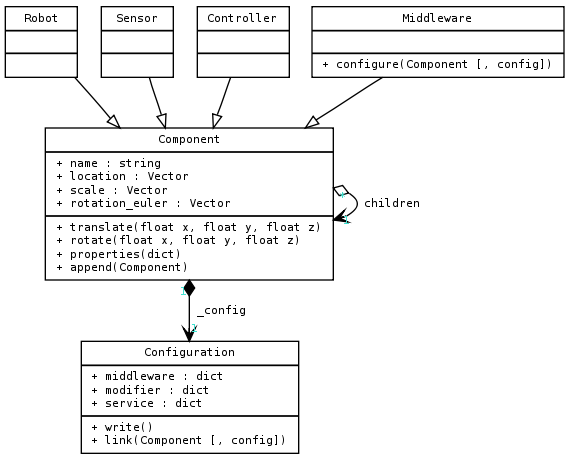
Above: doc/media/morsebuilder_uml.png in morse-simulator/morse (Graphviz), before the change. Its source is kept beside it as doc/morse/dev/morsebuilder_uml.dot.
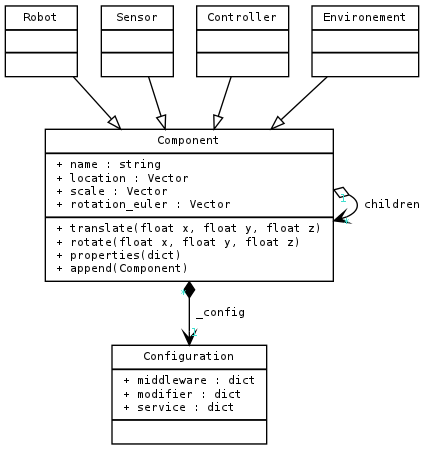
After the commit.

Commit message:
[doc] builder diagram: remove middleware, add environement (simplified diagram)

The edit, as a diff of the source:
```diff
@@ -15,11 +15,11 @@
     fontname = "DejaVu Sans Mono"
     fontsize = 8
     color = "black"
-    arrowhead = empty
+    arrowhead = onormal
   ]
 
   Configuration [
-    label = "{Configuration|+ middleware : dict\l+ modifier : dict\l+ service : dict\l|+ write()\l+ link(Component [, config])\l}"
+    label = "{Configuration|+ middleware : dict\l+ modifier : dict\l+ service : dict\l|}"
   ]
   Component [
     label="{Component|+ name : string\l+ location : Vector\l+ scale : Vector\l+ rotation_euler : Vector\l|+ translate(float x, float y, float z)\l+ rotate(float x, float y, float z)\l+ properties(dict)\l+ append(Component)\l}"
@@ -33,16 +33,16 @@
   Controller [
     label = "{Controller|\l|}"
   ]
-  Middleware [
-    label = "{Middleware|\l|+ configure(Component [, config])\l}"
+  Environement [
+    label = "{Environement|\l|}"
   ]
 
   Robot -> Component
   Sensor -> Component
   Controller -> Component
-  Middleware -> Component
-  Component -> Configuration [arrowhead=open, arrowtail=diamond,
-    label=" _config ", headlabel=" 1 ", taillabel=" 1 ", labelfontcolor="turquoise"]
-  Component -> Component [arrowhead=open, arrowtail=ediamond,
-    label=" children ", headlabel=" 1 ", taillabel=" * ", labelfontcolor="turquoise"]
+  Environement -> Component
+  Component -> Configuration [dir=both, arrowhead=vee, arrowtail=diamond,
+    taillabel=" * ", label=" _config ", headlabel=" 1 ", labelfontcolor="turquoise"]
+  Component -> Component [dir=both, arrowhead=vee, arrowtail=odiamond,
+    taillabel=" 1 ", label=" children ", headlabel=" * ", labelfontcolor="turquoise"]
 }
```
